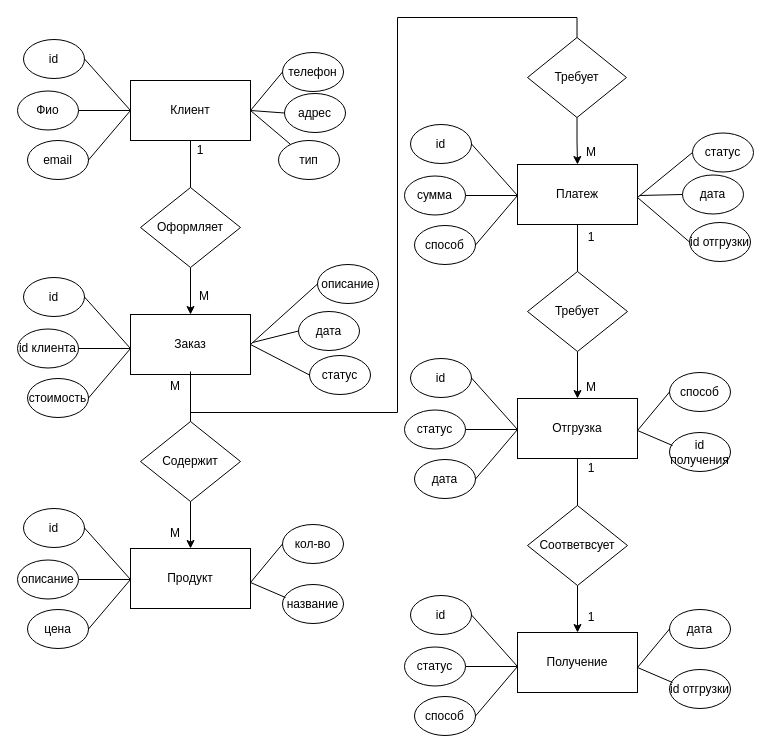
StrayDog31/DoomDemake keeps this draw.io diagram as Диаграмма без названия.drawio. Above is the earlier version. Source tidied: cells renumbered, new cells numbered last; positions are measured from the earlier drawing's top-left corner, leaving out a move shared by most shapes. Both pictures are drawn from the tidied source at 100%, with x=0, y=0 at pixel (17, 17).
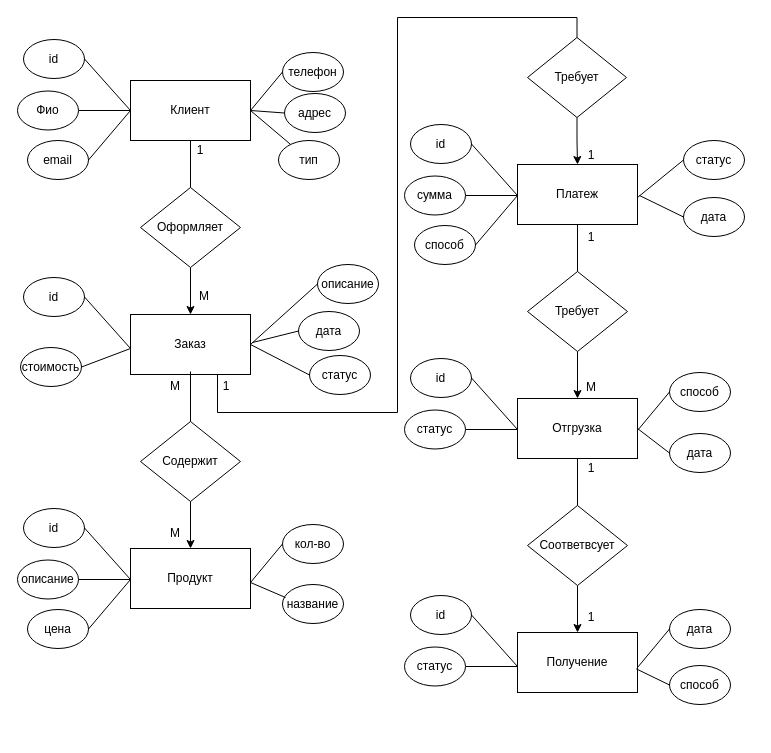
After the change.

Unchanged cells that the change refers to:
```xml
<mxCell id="10" value="Требует" style="rhombus;whiteSpace=wrap;html=1;" parent="1" vertex="1">
  <mxGeometry x="510" y="20" width="99" height="80" as="geometry" />
</mxCell>
<mxCell id="14" value="Отгрузка" style="rounded=0;whiteSpace=wrap;html=1;" parent="1" vertex="1">
  <mxGeometry x="500" y="381" width="120" height="60" as="geometry" />
</mxCell>
<mxCell id="17" value="Получение" style="rounded=0;whiteSpace=wrap;html=1;" parent="1" vertex="1">
  <mxGeometry x="500" y="615" width="120" height="60" as="geometry" />
</mxCell>
<mxCell id="25" value="М" style="text;html=1;align=center;verticalAlign=middle;whiteSpace=wrap;rounded=0;" parent="1" vertex="1">
  <mxGeometry x="128" y="354" width="60" height="30" as="geometry" />
</mxCell>
```

Diff of the diagram source:
```diff
@@
     <mxCell id="24" style="edgeStyle=orthogonalEdgeStyle;rounded=0;jettySize=auto;html=1;exitX=0.75;exitY=0;exitDx=0;exitDy=0;entryX=0.5;entryY=0;entryDx=0;entryDy=0;endArrow=none;endFill=0;" parent="1" edge="1" source="25" target="10">
       <mxGeometry relative="1" as="geometry">
         <Array as="points">
-          <mxPoint x="173" y="395" />
+          <mxPoint x="173" y="357" />
+          <mxPoint x="200" y="357" />
+          <mxPoint x="200" y="395" />
           <mxPoint x="380" y="395" />
           <mxPoint x="380" />
           <mxPoint x="560" />
         </Array>
       </mxGeometry>
     </mxCell>
@@
-    <mxCell id="27" value="М" style="text;html=1;align=center;verticalAlign=middle;whiteSpace=wrap;rounded=0;" parent="1" vertex="1">
-      <mxGeometry x="544" y="120" width="60" height="30" as="geometry" />
-    </mxCell>
@@
     <mxCell id="43" value="стоимость" style="ellipse;whiteSpace=wrap;html=1;" parent="1" vertex="1">
-      <mxGeometry x="10" y="361" width="61" height="39" as="geometry" />
+      <mxGeometry x="3" y="330" width="61" height="39" as="geometry" />
     </mxCell>
-    <mxCell id="44" value="id клиента" style="ellipse;whiteSpace=wrap;html=1;" parent="1" vertex="1">
-      <mxGeometry y="311.5" width="61" height="39" as="geometry" />
-    </mxCell>
@@
-    <mxCell id="46" style="endArrow=none;html=1;rounded=0;entryX=1;entryY=0.5;entryDx=0;entryDy=0;exitX=0;exitY=0.5;exitDx=0;exitDy=0;" parent="1" edge="1" target="44">
-      <mxGeometry relative="1" as="geometry">
-        <mxPoint x="113" y="331" as="sourcePoint" />
-      </mxGeometry>
-    </mxCell>
@@
     <mxCell id="61" value="дата" style="ellipse;whiteSpace=wrap;html=1;" parent="1" vertex="1">
-      <mxGeometry x="397" y="442" width="61" height="39" as="geometry" />
+      <mxGeometry x="652" y="416" width="61" height="39" as="geometry" />
     </mxCell>
@@
-    <mxCell id="65" style="endArrow=none;html=1;rounded=0;exitX=1;exitY=0.5;exitDx=0;exitDy=0;" parent="1" edge="1" source="61">
-      <mxGeometry relative="1" as="geometry">
-        <mxPoint x="500" y="412" as="targetPoint" />
-      </mxGeometry>
+    <mxCell id="65" style="endArrow=none;html=1;rounded=0;exitX=0;exitY=0.5;exitDx=0;exitDy=0;entryX=1;entryY=0.5;entryDx=0;entryDy=0;" parent="1" edge="1" source="61" target="14">
+      <mxGeometry relative="1" as="geometry" />
     </mxCell>
@@
     <mxCell id="67" value="способ" style="ellipse;whiteSpace=wrap;html=1;" parent="1" vertex="1">
-      <mxGeometry x="397" y="679" width="61" height="39" as="geometry" />
+      <mxGeometry x="652" y="648" width="61" height="39" as="geometry" />
     </mxCell>
@@
-    <mxCell id="71" style="endArrow=none;html=1;rounded=0;exitX=1;exitY=0.5;exitDx=0;exitDy=0;" parent="1" edge="1" source="67">
-      <mxGeometry relative="1" as="geometry">
-        <mxPoint x="500" y="649" as="targetPoint" />
-      </mxGeometry>
+    <mxCell id="71" style="endArrow=none;html=1;rounded=0;exitX=0;exitY=0.5;exitDx=0;exitDy=0;entryX=0.99;entryY=0.606;entryDx=0;entryDy=0;entryPerimeter=0;" parent="1" edge="1" source="67" target="17">
+      <mxGeometry relative="1" as="geometry" />
     </mxCell>
@@
-    <mxCell id="77" value="id получения" style="ellipse;whiteSpace=wrap;html=1;" parent="1" vertex="1">
-      <mxGeometry x="652" y="415" width="61" height="39" as="geometry" />
-    </mxCell>
@@
-    <mxCell id="79" style="endArrow=none;html=1;rounded=0;exitX=1;exitY=0.5;exitDx=0;exitDy=0;" parent="1" edge="1">
-      <mxGeometry relative="1" as="geometry">
-        <mxPoint x="620" y="413" as="sourcePoint" />
-        <mxPoint x="655" y="428" as="targetPoint" />
-      </mxGeometry>
-    </mxCell>
@@
-    <mxCell id="81" value="id отгрузки" style="ellipse;whiteSpace=wrap;html=1;" parent="1" vertex="1">
-      <mxGeometry x="652" y="652" width="61" height="39" as="geometry" />
-    </mxCell>
@@
-    <mxCell id="83" style="endArrow=none;html=1;rounded=0;exitX=1;exitY=0.5;exitDx=0;exitDy=0;" parent="1" edge="1">
-      <mxGeometry relative="1" as="geometry">
-        <mxPoint x="620" y="650" as="sourcePoint" />
-        <mxPoint x="655" y="665" as="targetPoint" />
-      </mxGeometry>
-    </mxCell>
@@
     <mxCell id="90" value="статус" style="ellipse;whiteSpace=wrap;html=1;" parent="1" vertex="1">
-      <mxGeometry x="675" y="115.5" width="61" height="39" as="geometry" />
+      <mxGeometry x="666" y="123" width="61" height="39" as="geometry" />
     </mxCell>
-    <mxCell id="91" value="id отгрузки" style="ellipse;whiteSpace=wrap;html=1;" parent="1" vertex="1">
-      <mxGeometry x="672" y="205" width="61" height="39" as="geometry" />
-    </mxCell>
     <mxCell id="92" value="дата" style="ellipse;whiteSpace=wrap;html=1;" parent="1" vertex="1">
-      <mxGeometry x="665" y="157.5" width="61" height="39" as="geometry" />
+      <mxGeometry x="666" y="180" width="61" height="39" as="geometry" />
     </mxCell>
@@
-    <mxCell id="95" style="endArrow=none;html=1;rounded=0;entryX=0;entryY=0.5;entryDx=0;entryDy=0;exitX=1;exitY=0.5;exitDx=0;exitDy=0;" parent="1" edge="1" target="91">
-      <mxGeometry relative="1" as="geometry">
-        <mxPoint x="620" y="180" as="sourcePoint" />
-      </mxGeometry>
-    </mxCell>
@@
+    <mxCell id="98" value="1" style="text;html=1;align=center;verticalAlign=middle;whiteSpace=wrap;rounded=0;" parent="1" vertex="1">
+      <mxGeometry x="179" y="354" width="60" height="30" as="geometry" />
+    </mxCell>
+    <mxCell id="99" value="1" style="text;html=1;align=center;verticalAlign=middle;whiteSpace=wrap;rounded=0;" parent="1" vertex="1">
+      <mxGeometry x="544" y="123" width="60" height="30" as="geometry" />
+    </mxCell>
```
